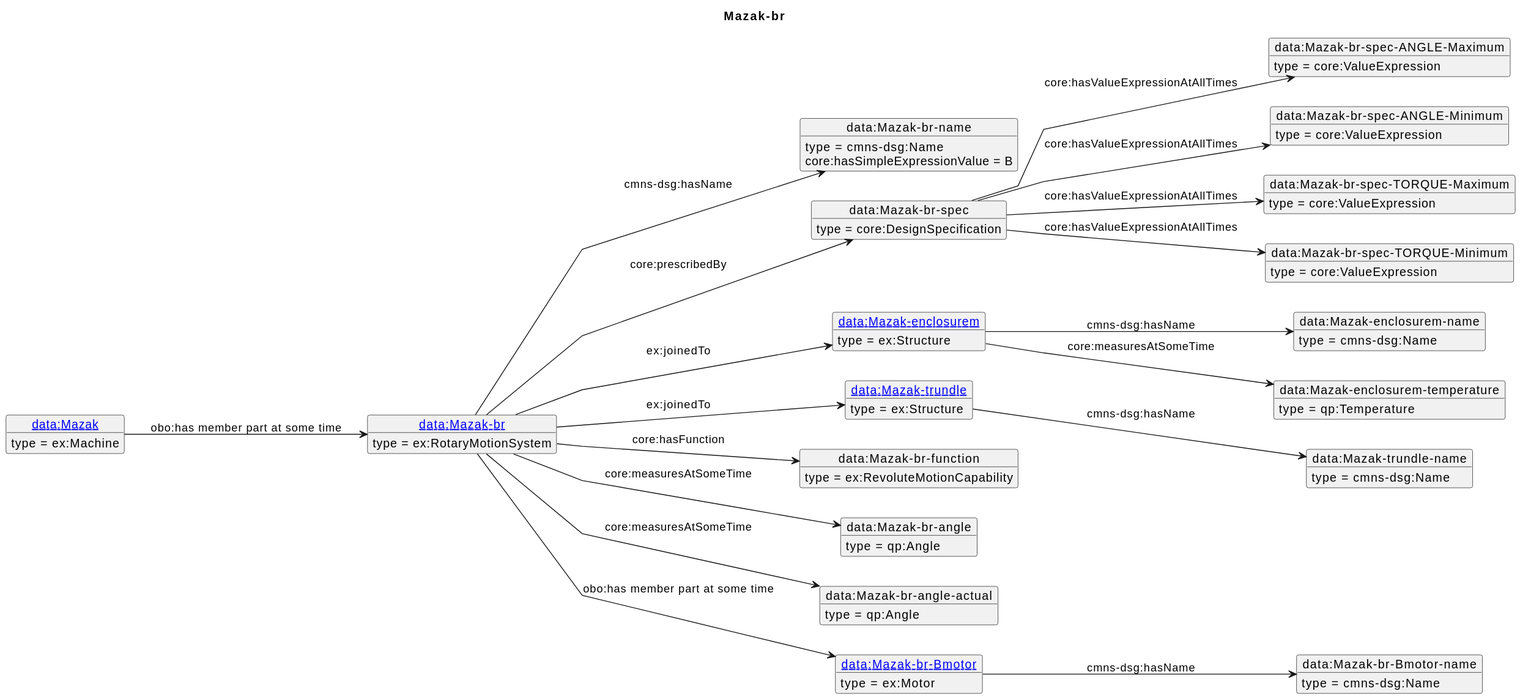
This is diagrams/Mazak-br.svg from iofoundry/example-syseng-mtconnect, a PlantUML export, as it was before one commit.
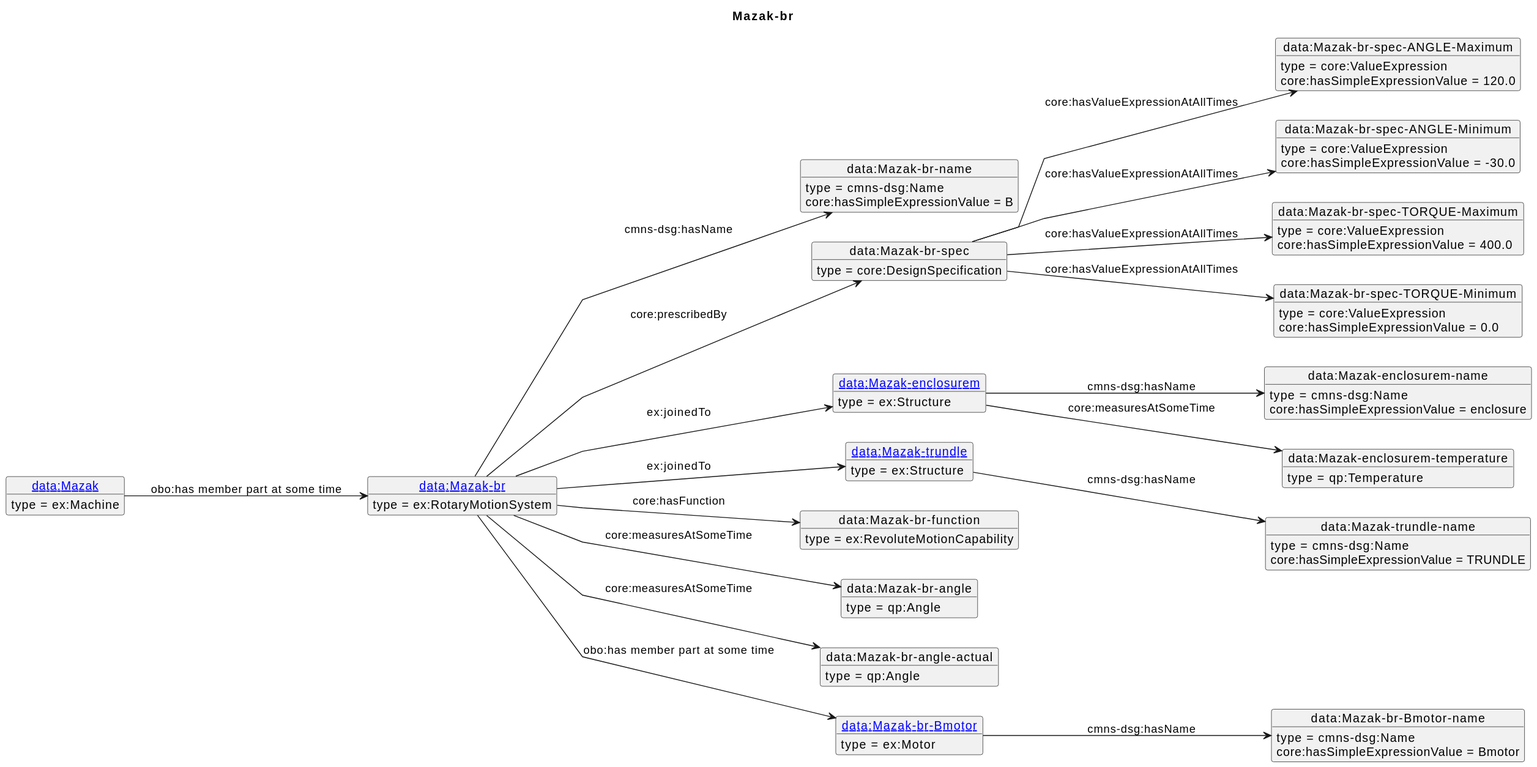
After the change.

Diff of the diagram source:
```diff
@@ -60,18 +60,25 @@
 o2 : core:hasSimpleExpressionValue = B
 o1 --> o3 : core:prescribedBy
 o3 --> o4 : core:hasValueExpressionAtAllTimes
+o4 : core:hasSimpleExpressionValue = 120.0
 o3 --> o5 : core:hasValueExpressionAtAllTimes
+o5 : core:hasSimpleExpressionValue = -30.0
 o3 --> o6 : core:hasValueExpressionAtAllTimes
+o6 : core:hasSimpleExpressionValue = 400.0
 o3 --> o7 : core:hasValueExpressionAtAllTimes
+o7 : core:hasSimpleExpressionValue = 0.0
 o1 --> o8 : ex:joinedTo
 o8 --> o9 : cmns-dsg:hasName
+o9 : core:hasSimpleExpressionValue = enclosure
 o8 --> o10 : core:measuresAtSomeTime
 o1 --> o11 : ex:joinedTo
 o11 --> o12 : cmns-dsg:hasName
+o12 : core:hasSimpleExpressionValue = TRUNDLE
 o1 --> o13 : core:hasFunction
 o1 --> o14 : core:measuresAtSomeTime
 o1 --> o15 : core:measuresAtSomeTime
 o1 --> o16 : obo:has member part at some time
 o16 --> o17 : cmns-dsg:hasName
+o17 : core:hasSimpleExpressionValue = Bmotor
 o18 --> o1 : obo:has member part at some time
 @enduml
```
